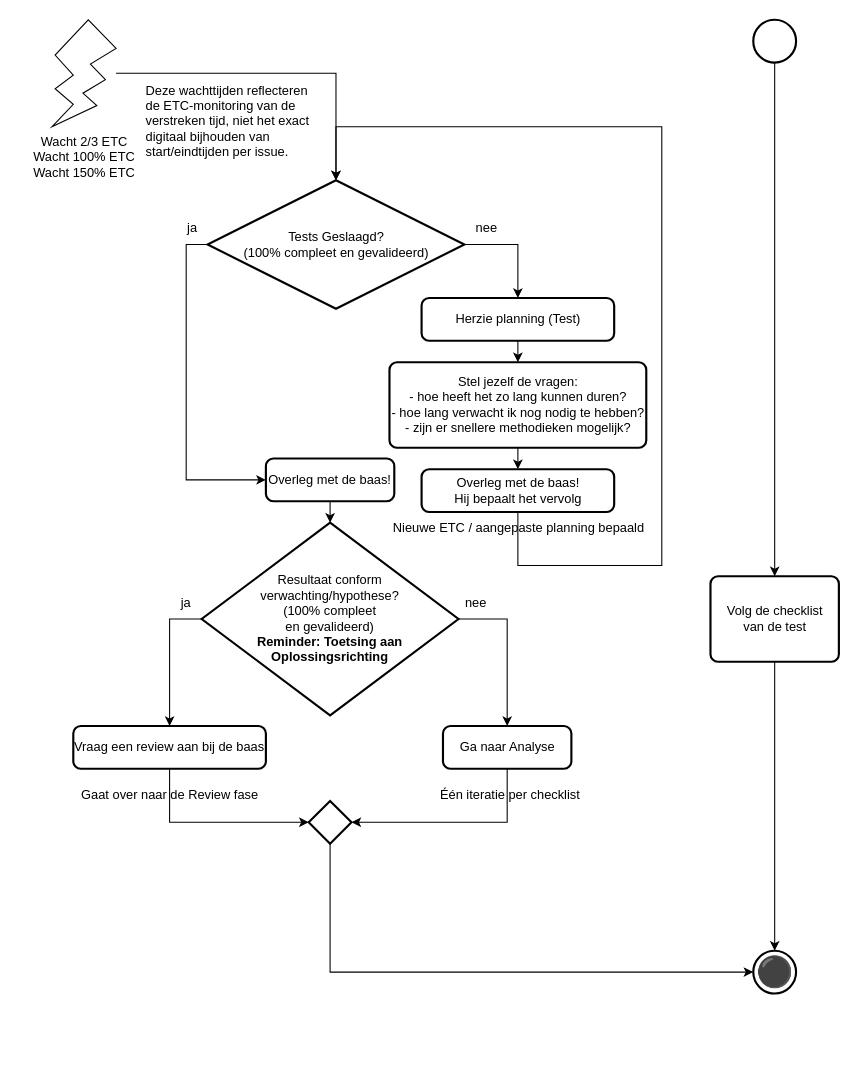
The draw.io diagram 5 Issue Tracker test.drawio in Zaibatsu89/IssueTracker, before the edit. Source tidied: cells renumbered, new cells numbered last; positions are measured from the earlier drawing's top-left corner, leaving out a move shared by most shapes. Both pictures are drawn from the tidied source at 107%, with x=0, y=0 at pixel (51, 19).
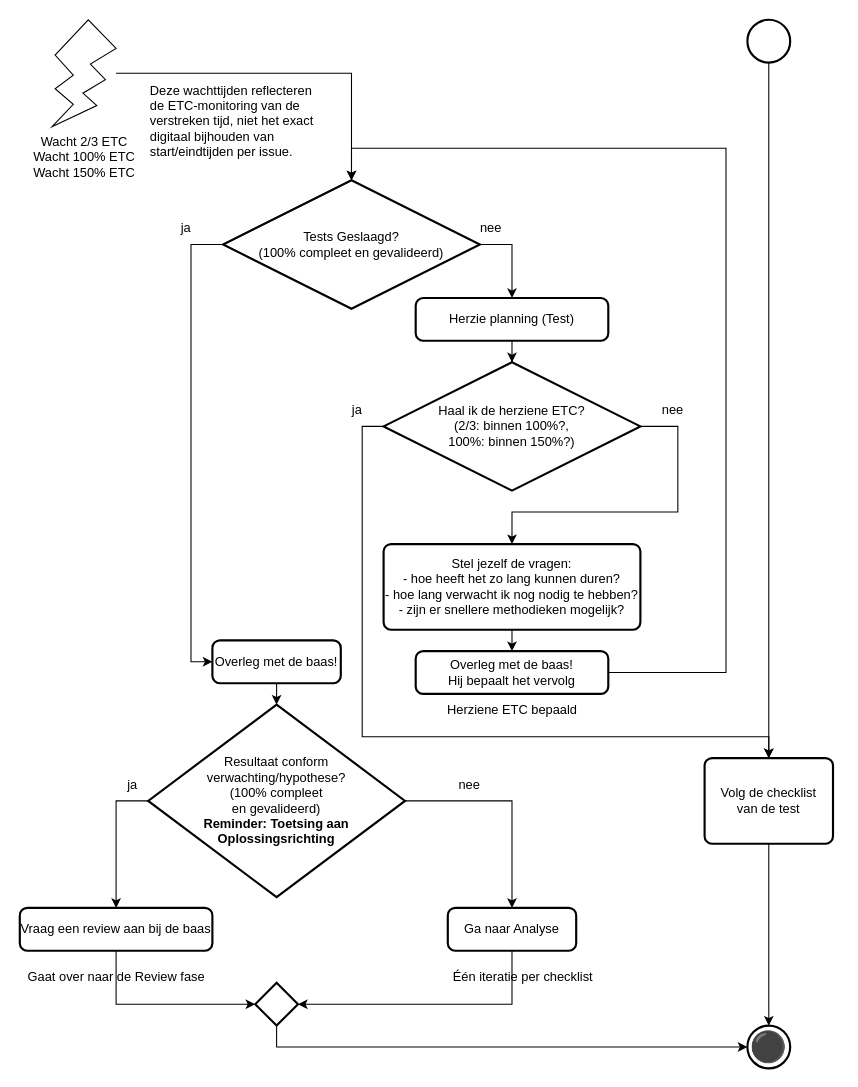
The same page after the edit.

Diff of the diagram source:
```diff
@@
     <mxCell id="3" style="strokeWidth=2;html=1;shape=mxgraph.flowchart.start_2;whiteSpace=wrap;" parent="1" vertex="1">
-      <mxGeometry x="655.5" width="40" height="40" as="geometry" />
+      <mxGeometry x="650" width="40" height="40" as="geometry" />
     </mxCell>
     <mxCell id="4" value="Volg de checklist&lt;br&gt;van de test" style="rounded=1;whiteSpace=wrap;html=1;absoluteArcSize=1;arcSize=14;strokeWidth=2;" parent="1" vertex="1">
-      <mxGeometry x="615.5" y="520" width="120" height="80" as="geometry" />
+      <mxGeometry x="610" y="690" width="120" height="80" as="geometry" />
     </mxCell>
@@
     <mxCell id="7" value="Tests Geslaagd?&lt;br&gt;(100% compleet en gevalideerd)" style="strokeWidth=2;html=1;shape=mxgraph.flowchart.decision;whiteSpace=wrap;" parent="1" vertex="1">
-      <mxGeometry x="145.5" y="150" width="240" height="120" as="geometry" />
+      <mxGeometry x="160" y="150" width="240" height="120" as="geometry" />
     </mxCell>
     <mxCell id="8" value="Vraag een review aan bij de baas" style="rounded=1;whiteSpace=wrap;html=1;absoluteArcSize=1;arcSize=14;strokeWidth=2;" parent="1" vertex="1">
-      <mxGeometry x="20" y="660" width="180" height="40" as="geometry" />
+      <mxGeometry x="-30" y="830" width="180" height="40" as="geometry" />
     </mxCell>
     <mxCell id="9" value="Ga naar Analyse" style="rounded=1;whiteSpace=wrap;html=1;absoluteArcSize=1;arcSize=14;strokeWidth=2;" parent="1" vertex="1">
-      <mxGeometry x="365.5" y="660" width="120" height="40" as="geometry" />
+      <mxGeometry x="370" y="830" width="120" height="40" as="geometry" />
     </mxCell>
     <mxCell id="10" value="ja" style="text;html=1;align=center;verticalAlign=middle;strokeColor=none;fillColor=none;" parent="1" vertex="1">
-      <mxGeometry x="115.5" y="180" width="30" height="30" as="geometry" />
+      <mxGeometry x="110" y="180" width="30" height="30" as="geometry" />
     </mxCell>
     <mxCell id="11" value="nee" style="text;html=1;align=center;verticalAlign=middle;strokeColor=none;fillColor=none;" parent="1" vertex="1">
-      <mxGeometry x="385.5" y="180" width="40" height="30" as="geometry" />
+      <mxGeometry x="390" y="180" width="40" height="30" as="geometry" />
     </mxCell>
     <mxCell id="12" value="Overleg met de baas!" style="rounded=1;whiteSpace=wrap;html=1;absoluteArcSize=1;arcSize=14;strokeWidth=2;" parent="1" vertex="1">
-      <mxGeometry x="200" y="410" width="120" height="40" as="geometry" />
+      <mxGeometry x="150" y="580" width="120" height="40" as="geometry" />
     </mxCell>
@@
     <mxCell id="15" value="Resultaat conform&lt;br&gt;verwachting/hypothese?&lt;br&gt;(100% compleet&lt;br&gt;en gevalideerd)&lt;br&gt;&lt;b&gt;Reminder: Toetsing aan Oplossingsrichting&lt;/b&gt;" style="strokeWidth=2;html=1;shape=mxgraph.flowchart.decision;whiteSpace=wrap;" parent="1" vertex="1">
-      <mxGeometry x="140" y="470" width="240" height="180" as="geometry" />
+      <mxGeometry x="90" y="640" width="240" height="180" as="geometry" />
     </mxCell>
     <mxCell id="16" value="ja" style="text;html=1;align=center;verticalAlign=middle;strokeColor=none;fillColor=none;" parent="1" vertex="1">
-      <mxGeometry x="110" y="530" width="30" height="30" as="geometry" />
+      <mxGeometry x="60" y="700" width="30" height="30" as="geometry" />
     </mxCell>
     <mxCell id="17" value="nee" style="text;html=1;align=center;verticalAlign=middle;strokeColor=none;fillColor=none;" parent="1" vertex="1">
-      <mxGeometry x="375.5" y="530" width="40" height="30" as="geometry" />
+      <mxGeometry x="370" y="700" width="40" height="30" as="geometry" />
     </mxCell>
@@
-    <mxCell id="19" style="edgeStyle=orthogonalEdgeStyle;rounded=0;jettySize=auto;html=1;exitX=0.5;exitY=1;exitDx=0;exitDy=0;entryX=0.5;entryY=0;entryDx=0;entryDy=0;" parent="1" edge="1" source="20" target="22">
-      <mxGeometry relative="1" as="geometry" />
-    </mxCell>
+    <mxCell id="37" style="edgeStyle=orthogonalEdgeStyle;rounded=0;jettySize=auto;html=1;" parent="1" edge="1" source="20" target="40">
+      <mxGeometry relative="1" as="geometry" />
+    </mxCell>
     <mxCell id="20" value="Herzie planning (Test)" style="rounded=1;whiteSpace=wrap;html=1;absoluteArcSize=1;arcSize=14;strokeWidth=2;" parent="1" vertex="1">
-      <mxGeometry x="345.5" y="260" width="180" height="40" as="geometry" />
+      <mxGeometry x="340" y="260" width="180" height="40" as="geometry" />
     </mxCell>
@@
     <mxCell id="22" value="Stel jezelf de vragen:&lt;br&gt;- hoe heeft het zo lang kunnen duren?&lt;br&gt;- hoe lang verwacht ik nog nodig te hebben?&lt;br&gt;- zijn er snellere methodieken mogelijk?" style="rounded=1;whiteSpace=wrap;html=1;absoluteArcSize=1;arcSize=14;strokeWidth=2;" parent="1" vertex="1">
-      <mxGeometry x="315.5" y="320" width="240" height="80" as="geometry" />
+      <mxGeometry x="310" y="490" width="240" height="80" as="geometry" />
     </mxCell>
     <mxCell id="23" value="Overleg met de baas!&lt;br&gt;Hij bepaalt het vervolg" style="rounded=1;whiteSpace=wrap;html=1;absoluteArcSize=1;arcSize=14;strokeWidth=2;" parent="1" vertex="1">
-      <mxGeometry x="345.5" y="420" width="180" height="40" as="geometry" />
+      <mxGeometry x="340" y="590" width="180" height="40" as="geometry" />
     </mxCell>
     <mxCell id="24" value="⚫" style="strokeWidth=2;html=1;shape=mxgraph.flowchart.start_2;whiteSpace=wrap;fontSize=28;" parent="1" vertex="1">
-      <mxGeometry x="655.5" y="870" width="40" height="40" as="geometry" />
+      <mxGeometry x="650" y="940" width="40" height="40" as="geometry" />
     </mxCell>
     <mxCell id="25" style="strokeWidth=2;html=1;shape=mxgraph.flowchart.decision;whiteSpace=wrap;" parent="1" vertex="1">
-      <mxGeometry x="240" y="730" width="40" height="40" as="geometry" />
+      <mxGeometry x="190" y="900" width="40" height="40" as="geometry" />
     </mxCell>
@@
     <mxCell id="30" value="Deze wachttijden reflecteren&lt;br&gt;de ETC-monitoring van de&lt;br&gt;verstreken tijd, niet het exact&lt;br&gt;digitaal bijhouden van&lt;br&gt;start/eindtijden per issue." style="text;html=1;align=left;verticalAlign=middle;strokeColor=none;fillColor=none;" parent="1" vertex="1">
-      <mxGeometry x="85.5" y="70" width="300" height="50" as="geometry" />
+      <mxGeometry x="90" y="70" width="300" height="50" as="geometry" />
     </mxCell>
@@
     <mxCell id="32" value="Gaat over naar de Review fase" style="text;html=1;align=center;verticalAlign=middle;strokeColor=none;fillColor=none;" parent="1" vertex="1">
-      <mxGeometry x="20" y="710" width="180" height="30" as="geometry" />
+      <mxGeometry x="-30" y="880" width="180" height="30" as="geometry" />
     </mxCell>
-    <mxCell id="33" value="Nieuwe ETC / aangepaste planning bepaald" style="text;html=1;align=center;verticalAlign=middle;strokeColor=none;fillColor=none;" parent="1" vertex="1">
-      <mxGeometry x="300.5" y="460" width="270" height="30" as="geometry" />
+    <mxCell id="33" value="Herziene ETC bepaald" style="text;html=1;align=center;verticalAlign=middle;strokeColor=none;fillColor=none;" parent="1" vertex="1">
+      <mxGeometry x="360" y="630" width="140" height="30" as="geometry" />
     </mxCell>
-    <mxCell id="34" style="edgeStyle=orthogonalEdgeStyle;rounded=0;jettySize=auto;html=1;exitX=0.5;exitY=1;exitDx=0;exitDy=0;entryX=0.5;entryY=0;entryDx=0;entryDy=0;entryPerimeter=0;" parent="1" edge="1" source="23" target="7">
+    <mxCell id="34" style="edgeStyle=orthogonalEdgeStyle;rounded=0;jettySize=auto;html=1;exitX=1;exitY=0.5;exitDx=0;exitDy=0;entryX=0.5;entryY=0;entryDx=0;entryDy=0;entryPerimeter=0;" parent="1" edge="1" source="23" target="7">
       <mxGeometry relative="1" as="geometry">
         <Array as="points">
-          <mxPoint x="436" y="510" />
-          <mxPoint x="570" y="510" />
-          <mxPoint x="570" y="100" />
+          <mxPoint x="630" y="610" />
+          <mxPoint x="630" y="120" />
+          <mxPoint x="280" y="120" />
         </Array>
       </mxGeometry>
     </mxCell>
     <mxCell id="35" value="Één iteratie per checklist" style="text;html=1;align=center;verticalAlign=middle;strokeColor=none;fillColor=none;" parent="1" vertex="1">
-      <mxGeometry x="347.5" y="710" width="160" height="30" as="geometry" />
+      <mxGeometry x="360" y="880" width="160" height="30" as="geometry" />
     </mxCell>
@@
+    <mxCell id="38" style="edgeStyle=orthogonalEdgeStyle;rounded=0;jettySize=auto;html=1;entryX=0.5;entryY=0;entryDx=0;entryDy=0;exitX=1;exitY=0.5;exitDx=0;exitDy=0;exitPerimeter=0;" parent="1" edge="1" source="40" target="22">
+      <mxGeometry relative="1" as="geometry">
+        <Array as="points">
+          <mxPoint x="585" y="380" />
+          <mxPoint x="585" y="460" />
+          <mxPoint x="430" y="460" />
+        </Array>
+      </mxGeometry>
+    </mxCell>
+    <mxCell id="39" style="edgeStyle=orthogonalEdgeStyle;rounded=0;jettySize=auto;html=1;exitX=0;exitY=0.5;exitDx=0;exitDy=0;exitPerimeter=0;entryX=0.5;entryY=0;entryDx=0;entryDy=0;" parent="1" edge="1" source="40" target="4">
+      <mxGeometry relative="1" as="geometry">
+        <Array as="points">
+          <mxPoint x="290" y="380" />
+          <mxPoint x="290" y="670" />
+          <mxPoint x="670" y="670" />
+        </Array>
+      </mxGeometry>
+    </mxCell>
+    <mxCell id="40" value="Haal ik de herziene ETC?&lt;br&gt;(2/3: binnen 100%?,&lt;br&gt;100%: binnen 150%?)" style="strokeWidth=2;html=1;shape=mxgraph.flowchart.decision;whiteSpace=wrap;" parent="1" vertex="1">
+      <mxGeometry x="310" y="320" width="240" height="120" as="geometry" />
+    </mxCell>
+    <mxCell id="41" value="nee" style="text;html=1;align=center;verticalAlign=middle;strokeColor=none;fillColor=none;" parent="1" vertex="1">
+      <mxGeometry x="560" y="350" width="40" height="30" as="geometry" />
+    </mxCell>
+    <mxCell id="42" value="ja" style="text;html=1;align=center;verticalAlign=middle;strokeColor=none;fillColor=none;" parent="1" vertex="1">
+      <mxGeometry x="270" y="350" width="30" height="30" as="geometry" />
+    </mxCell>
```
